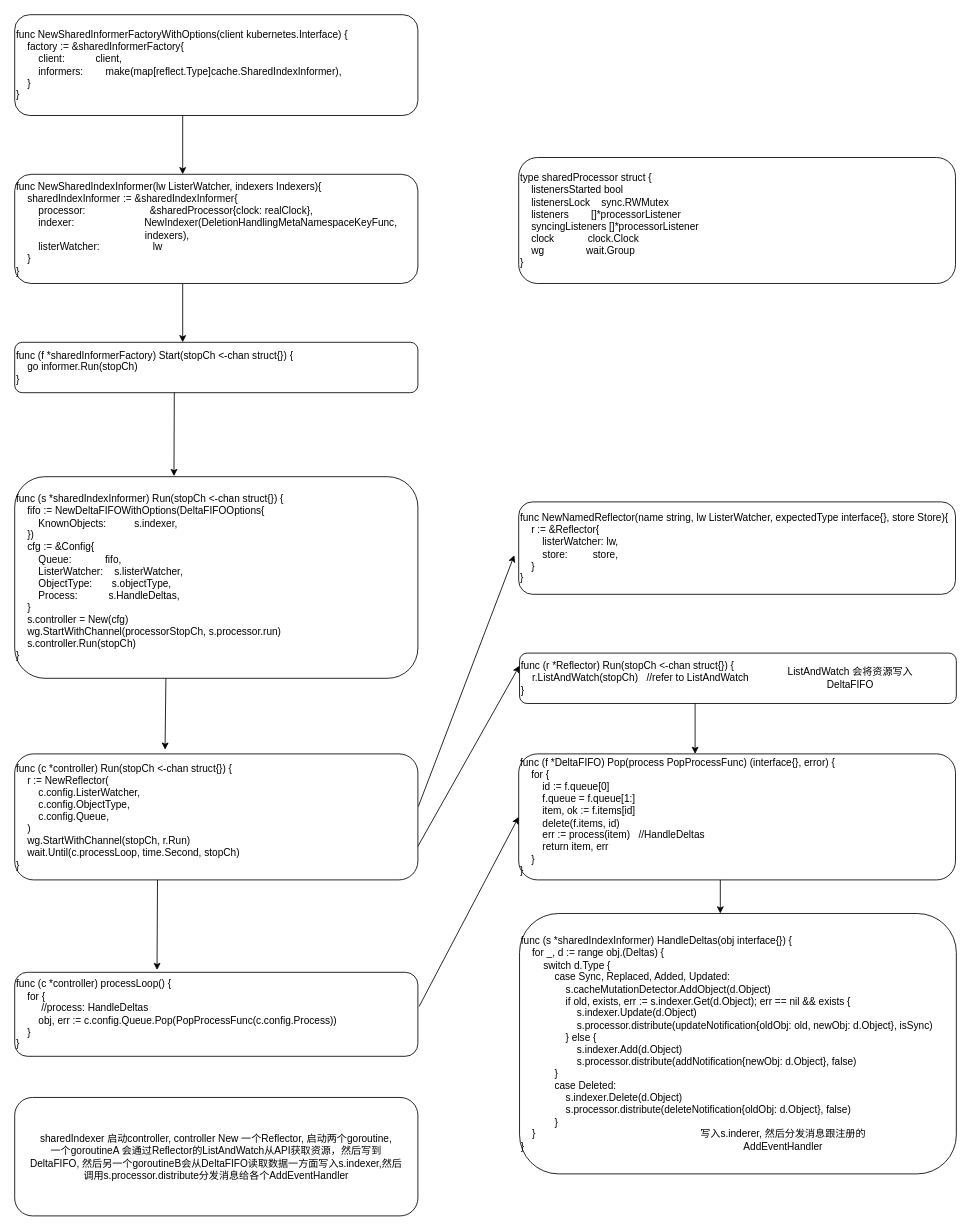
The draw.io diagram kubernetes/informer.drawio in bjqhfd/draw, before the edit. Source tidied: cells renumbered, new cells numbered last; positions are measured from the earlier drawing's top-left corner, leaving out a move shared by most shapes. Both pictures are drawn from the tidied source at 84%, with x=0, y=0 at pixel (14, 14).
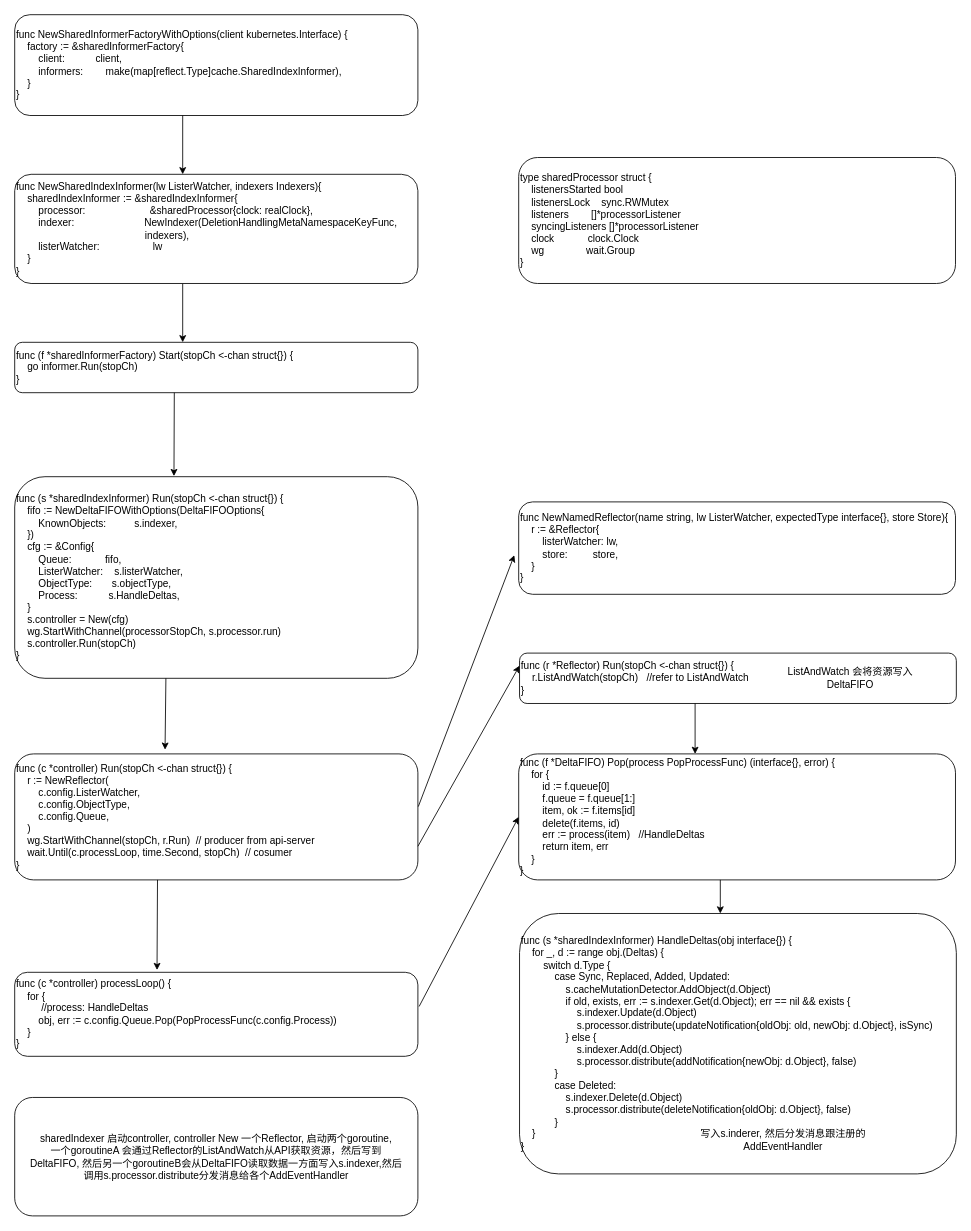
The same page after the edit.

Diff of the diagram source:
```diff
@@
-    <mxCell id="5" value="&lt;div&gt;func (c *controller) Run(stopCh &amp;lt;-chan struct{}) {&lt;/div&gt;&lt;div&gt;&lt;span&gt;&lt;/span&gt;&amp;nbsp; &amp;nbsp; r := NewReflector(&lt;/div&gt;&lt;div&gt;&lt;span&gt;&lt;/span&gt;&amp;nbsp; &amp;nbsp; &amp;nbsp; &amp;nbsp; c.config.ListerWatcher,&lt;/div&gt;&lt;div&gt;&lt;span&gt;&lt;/span&gt;&amp;nbsp; &amp;nbsp; &amp;nbsp; &amp;nbsp; c.config.ObjectType,&lt;/div&gt;&lt;div&gt;&lt;span&gt;&lt;/span&gt;&amp;nbsp; &amp;nbsp; &amp;nbsp; &amp;nbsp; c.config.Queue,&lt;/div&gt;&lt;div&gt;&lt;span&gt;&lt;/span&gt;&amp;nbsp; &amp;nbsp; )&lt;/div&gt;&lt;div&gt;&lt;span&gt;&lt;/span&gt;&amp;nbsp; &amp;nbsp; wg.StartWithChannel(stopCh, r.Run)&lt;/div&gt;&lt;div&gt;&lt;span&gt;&lt;/span&gt;&amp;nbsp; &amp;nbsp; wait.Until(c.processLoop, time.Second, stopCh)&lt;/div&gt;&lt;div&gt;}&lt;/div&gt;" style="rounded=1;whiteSpace=wrap;html=1;align=left;" parent="1" vertex="1">
+    <mxCell id="5" value="&lt;div&gt;func (c *controller) Run(stopCh &amp;lt;-chan struct{}) {&lt;/div&gt;&lt;div&gt;&lt;span&gt;&lt;/span&gt;&amp;nbsp; &amp;nbsp; r := NewReflector(&lt;/div&gt;&lt;div&gt;&lt;span&gt;&lt;/span&gt;&amp;nbsp; &amp;nbsp; &amp;nbsp; &amp;nbsp; c.config.ListerWatcher,&lt;/div&gt;&lt;div&gt;&lt;span&gt;&lt;/span&gt;&amp;nbsp; &amp;nbsp; &amp;nbsp; &amp;nbsp; c.config.ObjectType,&lt;/div&gt;&lt;div&gt;&lt;span&gt;&lt;/span&gt;&amp;nbsp; &amp;nbsp; &amp;nbsp; &amp;nbsp; c.config.Queue,&lt;/div&gt;&lt;div&gt;&lt;span&gt;&lt;/span&gt;&amp;nbsp; &amp;nbsp; )&lt;/div&gt;&lt;div&gt;&lt;span&gt;&lt;/span&gt;&amp;nbsp; &amp;nbsp; wg.StartWithChannel(stopCh, r.Run)&amp;nbsp; // producer from api-server&lt;/div&gt;&lt;div&gt;&lt;span&gt;&lt;/span&gt;&amp;nbsp; &amp;nbsp; wait.Until(c.processLoop, time.Second, stopCh)&amp;nbsp; // cosumer&lt;/div&gt;&lt;div&gt;}&lt;/div&gt;" style="rounded=1;whiteSpace=wrap;html=1;align=left;" parent="1" vertex="1">
       <mxGeometry y="880" width="480" height="150" as="geometry" />
     </mxCell>
```
